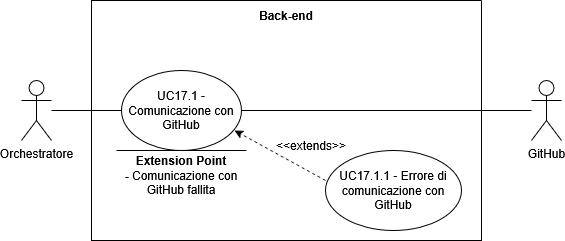
Above: assets/diagrams/UC17_1.png in SkarabGroup/DocumentazioneProgetto (draw.io), before the change. Source tidied: cells renumbered, new cells last; positions are measured from the earlier drawing's top-left corner, leaving out a move shared by most shapes. Source of this version:
```xml
<mxGraphModel>
  <root>
    <mxCell id="0" />
    <mxCell id="1" parent="0" />
    <mxCell id="2" value="Orchestratore" style="shape=umlActor;verticalLabelPosition=bottom;verticalAlign=top;html=1;outlineConnect=0;" parent="1" vertex="1">
      <mxGeometry y="80" width="30" height="60" as="geometry" />
    </mxCell>
    <mxCell id="3" style="swimlane;startSize=0;" parent="1" vertex="1">
      <mxGeometry x="70" width="390" height="240" as="geometry" />
    </mxCell>
    <mxCell id="4" value="Back-end" style="text;html=1;whiteSpace=wrap;strokeColor=none;fillColor=none;align=center;verticalAlign=middle;rounded=0;fontStyle=1;" parent="3" vertex="1">
      <mxGeometry x="165" width="60" height="30" as="geometry" />
    </mxCell>
    <mxCell id="5" value="UC17.1 - Comunicazione con GitHub" style="ellipse;html=1;whiteSpace=wrap;" parent="3" vertex="1">
      <mxGeometry x="30" y="70" width="120" height="80" as="geometry" />
    </mxCell>
    <mxCell id="6" value="UC17.1.1 - Errore di comunicazione con GitHub" style="ellipse;whiteSpace=wrap;html=1;" parent="3" vertex="1">
      <mxGeometry x="234" y="150" width="136" height="80" as="geometry" />
    </mxCell>
    <mxCell id="7" style="endArrow=classic;html=1;rounded=0;exitX=0;exitY=0.375;exitDx=0;exitDy=0;entryX=0.942;entryY=0.75;entryDx=0;entryDy=0;dashed=1;endFill=1;entryPerimeter=0;exitPerimeter=0;" parent="3" edge="1" source="6" target="5">
      <mxGeometry relative="1" as="geometry" />
    </mxCell>
    <mxCell id="8" style="endArrow=none;html=1;rounded=0;" parent="3" edge="1">
      <mxGeometry relative="1" as="geometry">
        <mxPoint x="25" y="150" as="sourcePoint" />
        <mxPoint x="155" y="150" as="targetPoint" />
      </mxGeometry>
    </mxCell>
    <mxCell id="9" value="&lt;b&gt;Extension Point&lt;/b&gt;&lt;div&gt;&lt;b&gt;- &lt;/b&gt;Comunicazione con GitHub fallita&lt;/div&gt;" style="text;html=1;whiteSpace=wrap;strokeColor=none;fillColor=none;align=center;verticalAlign=middle;rounded=0;" parent="3" vertex="1">
      <mxGeometry x="20" y="150" width="140" height="50" as="geometry" />
    </mxCell>
    <mxCell id="10" value="&amp;lt;&amp;lt;extends&amp;gt;&amp;gt;" style="text;html=1;whiteSpace=wrap;strokeColor=none;fillColor=none;align=center;verticalAlign=middle;rounded=0;" parent="3" vertex="1">
      <mxGeometry x="190" y="130" width="60" height="30" as="geometry" />
    </mxCell>
    <mxCell id="11" style="endArrow=none;html=1;rounded=0;entryX=0;entryY=0.5;entryDx=0;entryDy=0;" parent="1" edge="1" source="2" target="5">
      <mxGeometry relative="1" as="geometry" />
    </mxCell>
    <mxCell id="12" value="GitHub" style="shape=umlActor;verticalLabelPosition=bottom;verticalAlign=top;html=1;outlineConnect=0;" parent="1" vertex="1">
      <mxGeometry x="510" y="80" width="30" height="60" as="geometry" />
    </mxCell>
    <mxCell id="13" style="endArrow=none;html=1;rounded=0;exitX=1;exitY=0.5;exitDx=0;exitDy=0;" parent="1" edge="1" source="5" target="12">
      <mxGeometry relative="1" as="geometry" />
    </mxCell>
  </root>
</mxGraphModel>
```
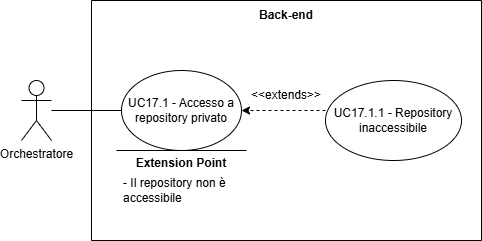
Above is the later version.

Change to the diagram source:
```diff
@@ -11,13 +11,13 @@
     <mxCell id="4" value="Back-end" style="text;html=1;whiteSpace=wrap;strokeColor=none;fillColor=none;align=center;verticalAlign=middle;rounded=0;fontStyle=1;" parent="3" vertex="1">
       <mxGeometry x="165" width="60" height="30" as="geometry" />
     </mxCell>
-    <mxCell id="5" value="UC17.1 - Comunicazione con GitHub" style="ellipse;html=1;whiteSpace=wrap;" parent="3" vertex="1">
+    <mxCell id="5" value="UC17.1 - Accesso a repository privato" style="ellipse;html=1;whiteSpace=wrap;" parent="3" vertex="1">
       <mxGeometry x="30" y="70" width="120" height="80" as="geometry" />
     </mxCell>
-    <mxCell id="6" value="UC17.1.1 - Errore di comunicazione con GitHub" style="ellipse;whiteSpace=wrap;html=1;" parent="3" vertex="1">
-      <mxGeometry x="234" y="150" width="136" height="80" as="geometry" />
+    <mxCell id="6" value="UC17.1.1 - Repository inaccessibile" style="ellipse;whiteSpace=wrap;html=1;" parent="3" vertex="1">
+      <mxGeometry x="234" y="80" width="136" height="80" as="geometry" />
     </mxCell>
-    <mxCell id="7" style="endArrow=classic;html=1;rounded=0;exitX=0;exitY=0.375;exitDx=0;exitDy=0;entryX=0.942;entryY=0.75;entryDx=0;entryDy=0;dashed=1;endFill=1;entryPerimeter=0;exitPerimeter=0;" parent="3" edge="1" source="6" target="5">
+    <mxCell id="7" style="endArrow=classic;html=1;rounded=0;exitX=0;exitY=0.375;exitDx=0;exitDy=0;entryX=1;entryY=0.5;entryDx=0;entryDy=0;dashed=1;endFill=1;exitPerimeter=0;" parent="3" edge="1" source="6" target="5">
       <mxGeometry relative="1" as="geometry" />
     </mxCell>
     <mxCell id="8" style="endArrow=none;html=1;rounded=0;" parent="3" edge="1">
@@ -26,20 +26,17 @@
         <mxPoint x="155" y="150" as="targetPoint" />
       </mxGeometry>
     </mxCell>
+    <mxCell id="10" value="&amp;lt;&amp;lt;extends&amp;gt;&amp;gt;" style="text;html=1;whiteSpace=wrap;strokeColor=none;fillColor=none;align=center;verticalAlign=middle;rounded=0;" parent="3" vertex="1">
+      <mxGeometry x="165" y="80" width="60" height="30" as="geometry" />
+    </mxCell>
+    <mxCell id="14" value="- Il repository non è accessibile" style="text;html=1;whiteSpace=wrap;strokeColor=none;fillColor=none;align=left;verticalAlign=middle;rounded=0;" parent="3" vertex="1">
+      <mxGeometry x="30" y="176.3" width="152" height="27.4" as="geometry" />
+    </mxCell>
+    <mxCell id="11" style="endArrow=none;html=1;rounded=0;entryX=0;entryY=0.5;entryDx=0;entryDy=0;" parent="1" edge="1" source="2" target="5">
+      <mxGeometry relative="1" as="geometry" />
+    </mxCell>
-    <mxCell id="9" value="&lt;b&gt;Extension Point&lt;/b&gt;&lt;div&gt;&lt;b&gt;- &lt;/b&gt;Comunicazione con GitHub fallita&lt;/div&gt;" style="text;html=1;whiteSpace=wrap;strokeColor=none;fillColor=none;align=center;verticalAlign=middle;rounded=0;" parent="3" vertex="1">
-      <mxGeometry x="20" y="150" width="140" height="50" as="geometry" />
+    <mxCell id="9" value="&lt;b&gt;Extension Point&lt;/b&gt;" style="text;html=1;whiteSpace=wrap;strokeColor=none;fillColor=none;align=center;verticalAlign=middle;rounded=0;" parent="1" vertex="1">
+      <mxGeometry x="90" y="152" width="140" height="22" as="geometry" />
     </mxCell>
-    <mxCell id="10" value="&amp;lt;&amp;lt;extends&amp;gt;&amp;gt;" style="text;html=1;whiteSpace=wrap;strokeColor=none;fillColor=none;align=center;verticalAlign=middle;rounded=0;" parent="3" vertex="1">
-      <mxGeometry x="190" y="130" width="60" height="30" as="geometry" />
-    </mxCell>
-    <mxCell id="11" style="endArrow=none;html=1;rounded=0;entryX=0;entryY=0.5;entryDx=0;entryDy=0;" parent="1" edge="1" source="2" target="5">
-      <mxGeometry relative="1" as="geometry" />
-    </mxCell>
-    <mxCell id="12" value="GitHub" style="shape=umlActor;verticalLabelPosition=bottom;verticalAlign=top;html=1;outlineConnect=0;" parent="1" vertex="1">
-      <mxGeometry x="510" y="80" width="30" height="60" as="geometry" />
-    </mxCell>
-    <mxCell id="13" style="endArrow=none;html=1;rounded=0;exitX=1;exitY=0.5;exitDx=0;exitDy=0;" parent="1" edge="1" source="5" target="12">
-      <mxGeometry relative="1" as="geometry" />
-    </mxCell>
   </root>
 </mxGraphModel>
```
